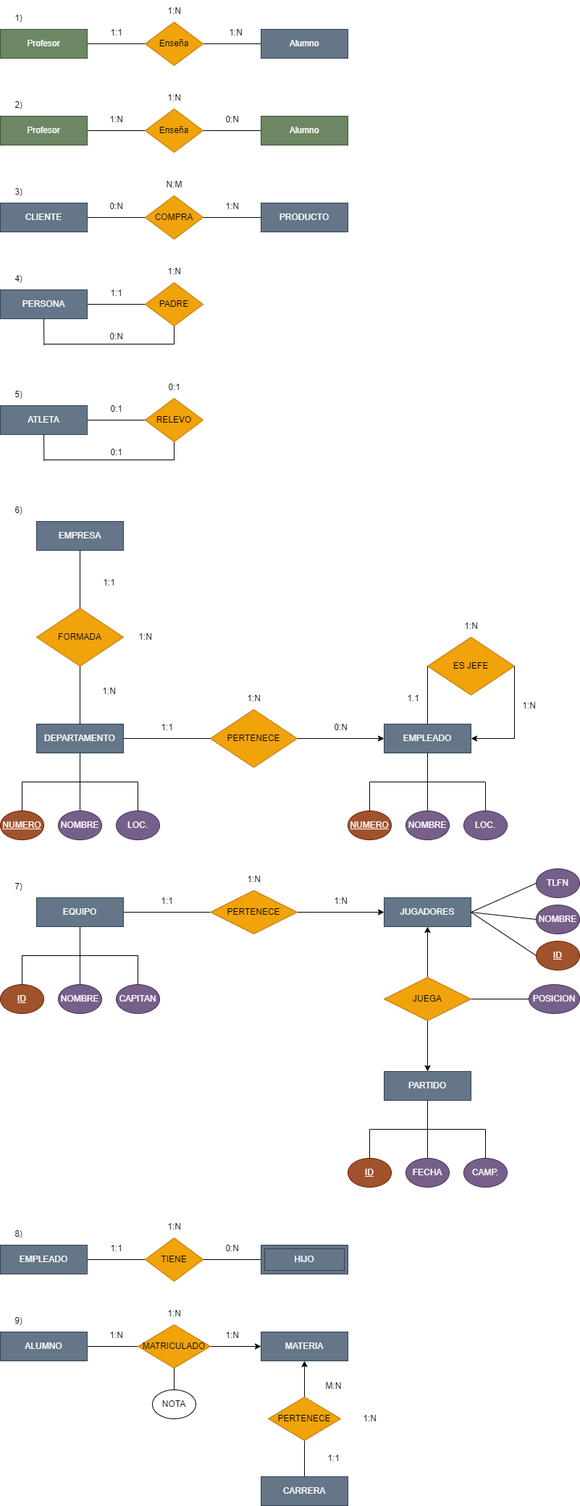
Earlier version of the draw.io export Unidad_1/Tarea_1/Imagenes/Tarea_1.drawio.png (jacabellov/BAE_DAW_2). Source tidied: cells renumbered, new cells last; positions are measured from the earlier drawing's top-left corner, leaving out a move shared by most shapes.
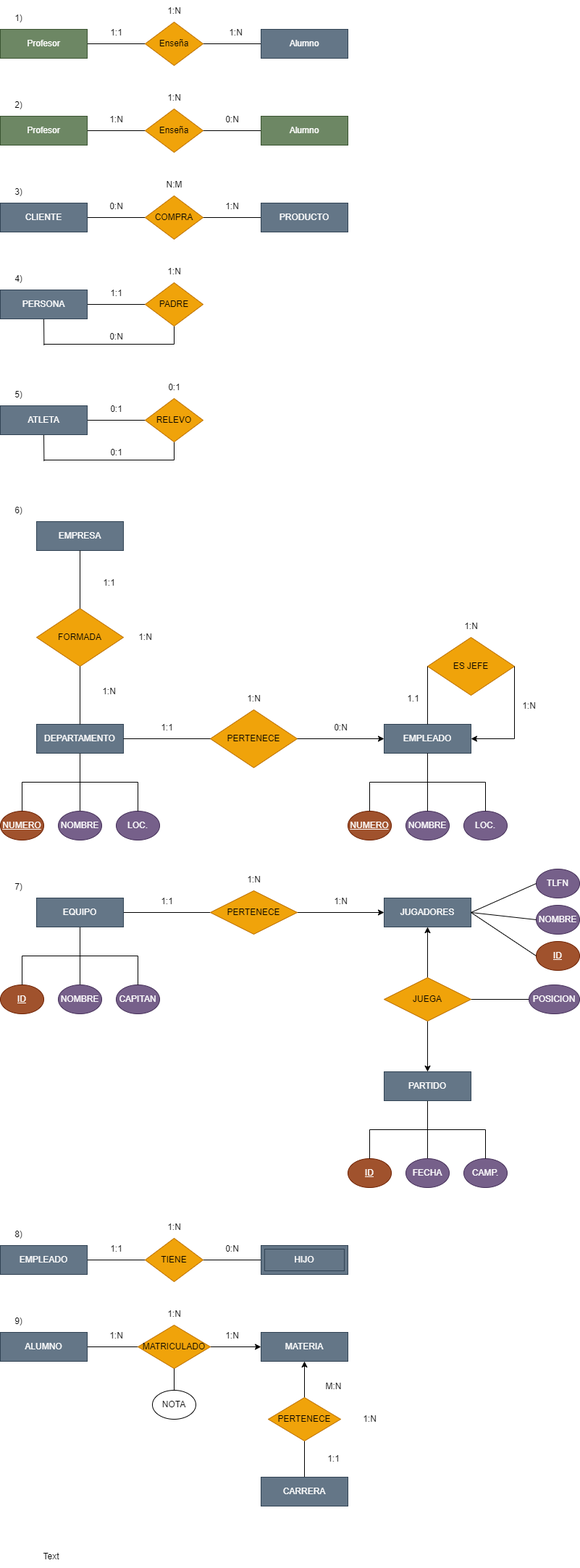
Later version of the same file.

Commit message:
A VER SI ESTA VEZ FUNCIONA

Change to the diagram source:
```diff
@@ -478,5 +478,8 @@
     <mxCell id="147" value="1:N" style="text;html=1;align=center;verticalAlign=middle;strokeColor=none;fillColor=none;" parent="1" vertex="1">
       <mxGeometry x="490" y="1945" width="40" height="30" as="geometry" />
     </mxCell>
+    <mxCell id="148" value="Text" style="text;html=1;align=center;verticalAlign=middle;strokeColor=none;fillColor=none;" parent="1" vertex="1">
+      <mxGeometry x="45" y="2135" width="50" height="30" as="geometry" />
+    </mxCell>
   </root>
 </mxGraphModel>
```
